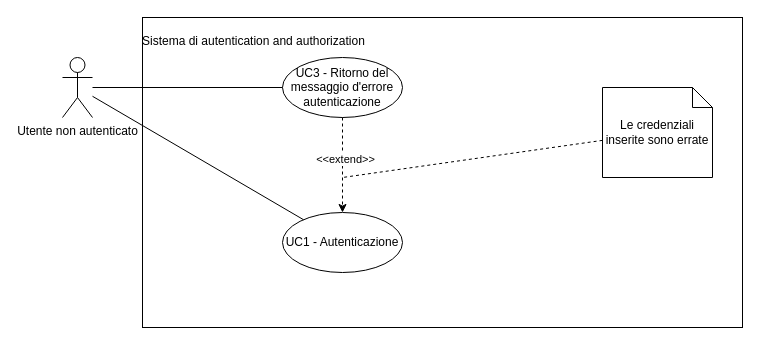
The draw.io diagram page "auth_system" (1 of 3) of casi_uso_grafici.drawio in SWEasabi/analisi-dei-requisiti, before the edit. Source tidied: cells renumbered, new cells numbered last; positions are measured from the earlier drawing's top-left corner, leaving out a move shared by most shapes. Both pictures are drawn from the tidied source at 100%, with x=0, y=0 at pixel (62, 17).
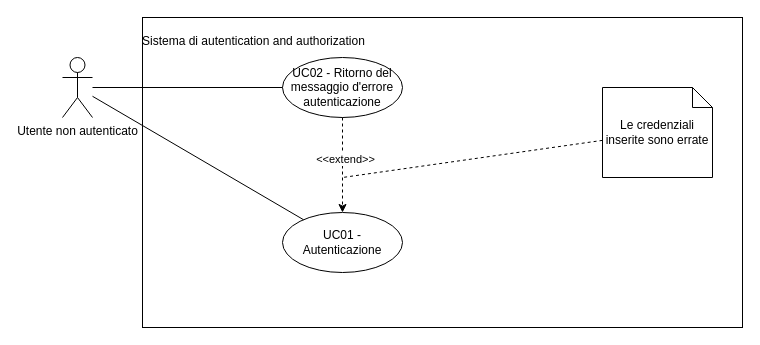
Above is the later version.

Diff of the diagram source:
```diff
@@
 <mxGraphModel>
   <root>
     <mxCell id="0" />
     <mxCell id="1" parent="0" />
     <mxCell id="2" value="&lt;p style=&quot;line-height: 1.2;&quot;&gt;Sistema di autentication and authorization&lt;/p&gt;" style="rounded=0;whiteSpace=wrap;html=1;align=left;vertical-align=top;verticalAlign=top;spacing=0;gradientColor=none;" parent="1" vertex="1">
       <mxGeometry x="80" width="600" height="310" as="geometry" />
     </mxCell>
-    <mxCell id="3" value="UC1 - Autenticazione" style="ellipse;whiteSpace=wrap;html=1;" parent="1" vertex="1">
+    <mxCell id="3" value="UC01 - Autenticazione" style="ellipse;whiteSpace=wrap;html=1;" parent="1" vertex="1">
       <mxGeometry x="220" y="195" width="120" height="60" as="geometry" />
     </mxCell>
     <mxCell id="4" style="edgeStyle=none;rounded=0;jettySize=auto;html=1;shadow=0;endArrow=none;endFill=0;startSize=999;endSize=6;sourcePerimeterSpacing=0;targetPerimeterSpacing=0;" parent="1" edge="1" source="5" target="3">
       <mxGeometry relative="1" as="geometry" />
     </mxCell>
     <mxCell id="5" value="Utente non autenticato" style="shape=umlActor;verticalLabelPosition=bottom;verticalAlign=top;html=1;outlineConnect=0;gradientColor=none;" parent="1" vertex="1">
       <mxGeometry y="40" width="30" height="60" as="geometry" />
     </mxCell>
-    <mxCell id="6" value="UC3 - Ritorno del messaggio d'errore autenticazione" style="ellipse;whiteSpace=wrap;html=1;" parent="1" vertex="1">
+    <mxCell id="6" value="UC02 - Ritorno del messaggio d'errore autenticazione" style="ellipse;whiteSpace=wrap;html=1;" parent="1" vertex="1">
       <mxGeometry x="220" y="40" width="120" height="60" as="geometry" />
     </mxCell>
     <mxCell id="7" style="rounded=0;jettySize=auto;html=1;dashed=1;" parent="1" edge="1" source="6" target="3">
       <mxGeometry relative="1" as="geometry" />
     </mxCell>
     <mxCell id="8" value="&amp;lt;&amp;lt;extend&amp;gt;&amp;gt;" style="edgeLabel;html=1;align=center;verticalAlign=middle;" parent="7" vertex="1">
       <mxGeometry x="-0.05" y="4" relative="1" as="geometry">
         <mxPoint x="-2" y="-4" as="offset" />
       </mxGeometry>
     </mxCell>
     <mxCell id="9" style="edgeStyle=none;rounded=0;jumpStyle=none;jumpSize=15;jettySize=auto;html=1;endArrow=none;endFill=0;dashed=1;" parent="1" edge="1" source="10">
       <mxGeometry relative="1" as="geometry">
         <mxPoint x="280" y="160" as="targetPoint" />
       </mxGeometry>
     </mxCell>
     <mxCell id="10" value="Le credenziali inserite sono errate" style="shape=note;size=20;whiteSpace=wrap;html=1;" parent="1" vertex="1">
       <mxGeometry x="540" y="70" width="110" height="90" as="geometry" />
     </mxCell>
     <mxCell id="11" style="edgeStyle=none;rounded=0;jettySize=auto;html=1;shadow=0;endArrow=none;endFill=0;startSize=999;endSize=6;sourcePerimeterSpacing=0;targetPerimeterSpacing=0;" parent="1" edge="1" source="5" target="6">
       <mxGeometry relative="1" as="geometry" />
     </mxCell>
   </root>
 </mxGraphModel>
```
